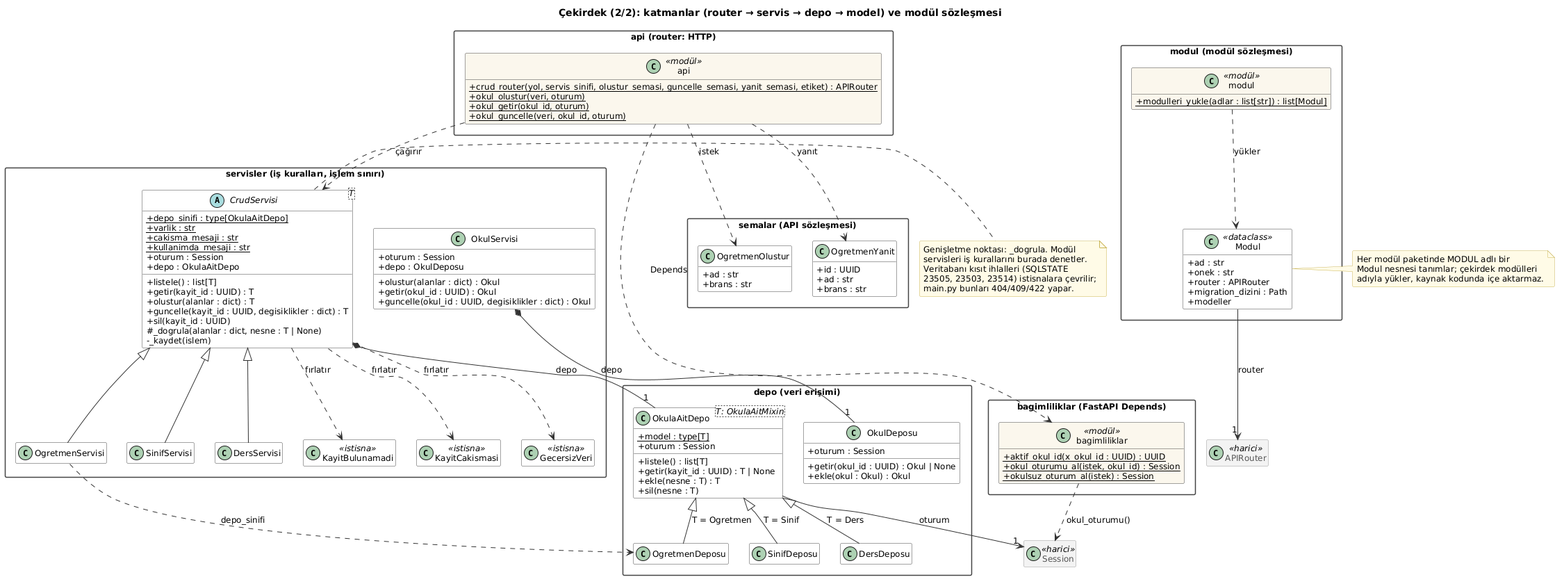
Above: docs/diyagramlar/cikti/03-cekirdek-katmanlar.png in yusuf-aycicek/cizelge (PlantUML), before the change.
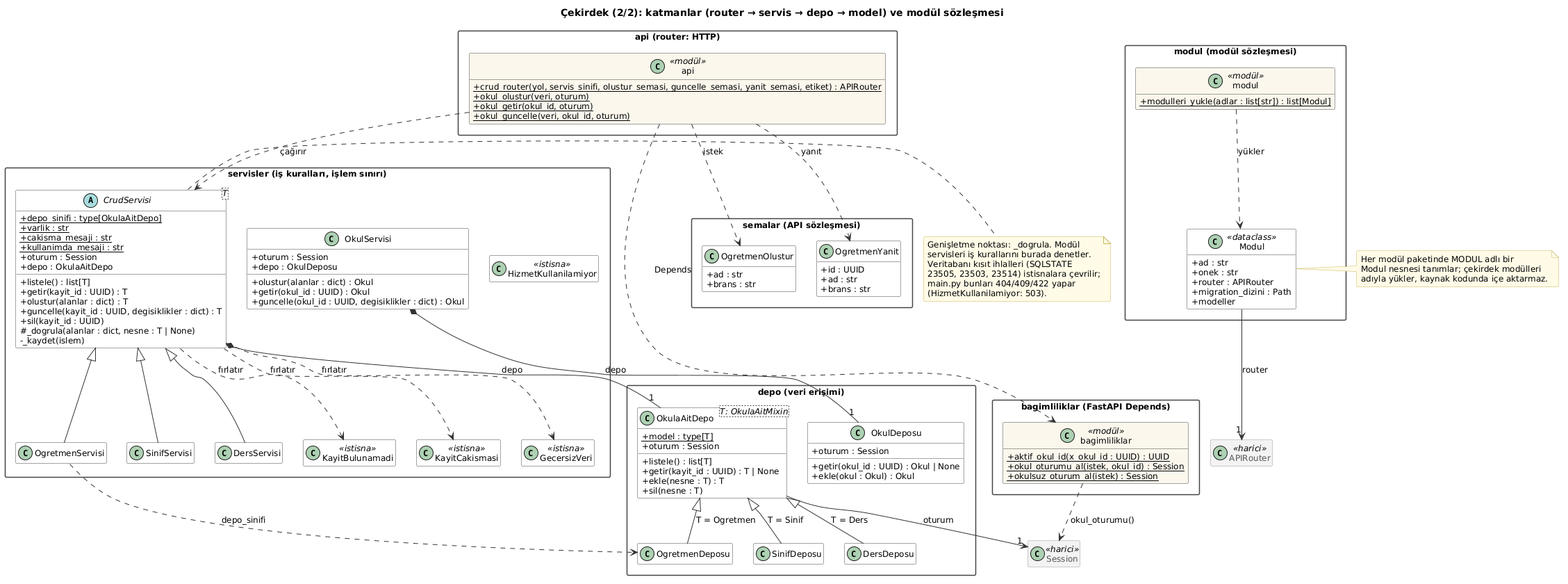
The same diagram one commit later.

What changed in the source:
```diff
@@ -64,6 +64,7 @@
   class KayitBulunamadi <<istisna>>
   class KayitCakismasi <<istisna>>
   class GecersizVeri <<istisna>>
+  class HizmetKullanilamiyor <<istisna>>
 }
 
 package "depo (veri erişimi)" {
@@ -126,7 +127,8 @@
   servisleri iş kurallarını burada denetler.
   Veritabanı kısıt ihlalleri (SQLSTATE
   23505, 23503, 23514) istisnalara çevrilir;
-  main.py bunları 404/409/422 yapar.
+  main.py bunları 404/409/422 yapar
+  (HizmetKullanilamiyor: 503).
 end note
 
 note right of Modul
```
